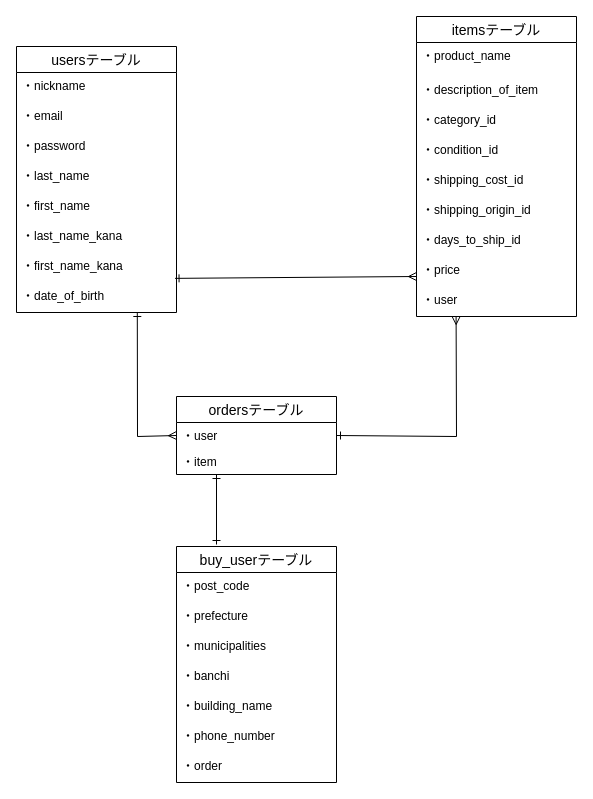
Above: test.dio in hero-39/furima-39744 (draw.io), before the change. Source tidied: cells renumbered, new cells numbered last; positions are measured from the earlier drawing's top-left corner, leaving out a move shared by most shapes. Both pictures are drawn from the tidied source at 100%, with x=0, y=0 at pixel (16, 16).
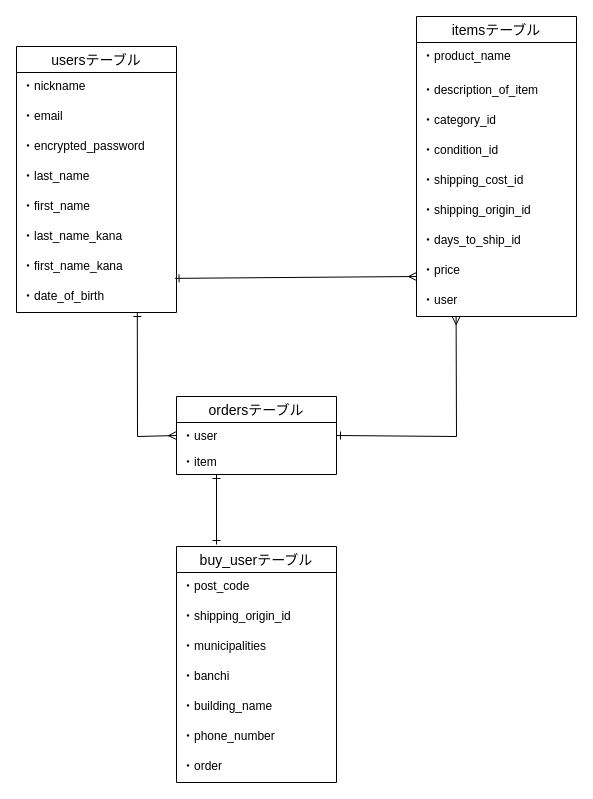
After the change.

The change refers to these unchanged cells:
```xml
<mxCell id="2" value="usersテーブル" style="swimlane;fontStyle=0;horizontal=1;startSize=26;align=center;fontSize=14;" parent="1" vertex="1">
  <mxGeometry y="30" width="160" height="266" as="geometry" />
</mxCell>
<mxCell id="24" value="buy_userテーブル" style="swimlane;fontStyle=0;horizontal=1;startSize=26;align=center;fontSize=14;" parent="1" vertex="1">
  <mxGeometry x="160" y="530" width="160" height="236" as="geometry" />
</mxCell>
```

The edit, as a diff of the source:
```diff
@@
-    <mxCell id="5" value="・password" style="text;strokeColor=none;fillColor=none;spacingLeft=4;spacingRight=4;overflow=hidden;fontSize=12;" parent="2" vertex="1">
+    <mxCell id="5" value="・encrypted_password" style="text;strokeColor=none;fillColor=none;spacingLeft=4;spacingRight=4;overflow=hidden;fontSize=12;" parent="2" vertex="1">
       <mxGeometry y="86" width="160" height="30" as="geometry" />
     </mxCell>
@@
-    <mxCell id="26" value="・prefecture" style="text;strokeColor=none;fillColor=none;spacingLeft=4;spacingRight=4;overflow=hidden;fontSize=12;" parent="24" vertex="1">
+    <mxCell id="26" value="・shipping_origin_id" style="text;strokeColor=none;fillColor=none;spacingLeft=4;spacingRight=4;overflow=hidden;fontSize=12;" parent="24" vertex="1">
       <mxGeometry y="56" width="160" height="30" as="geometry" />
     </mxCell>
```
